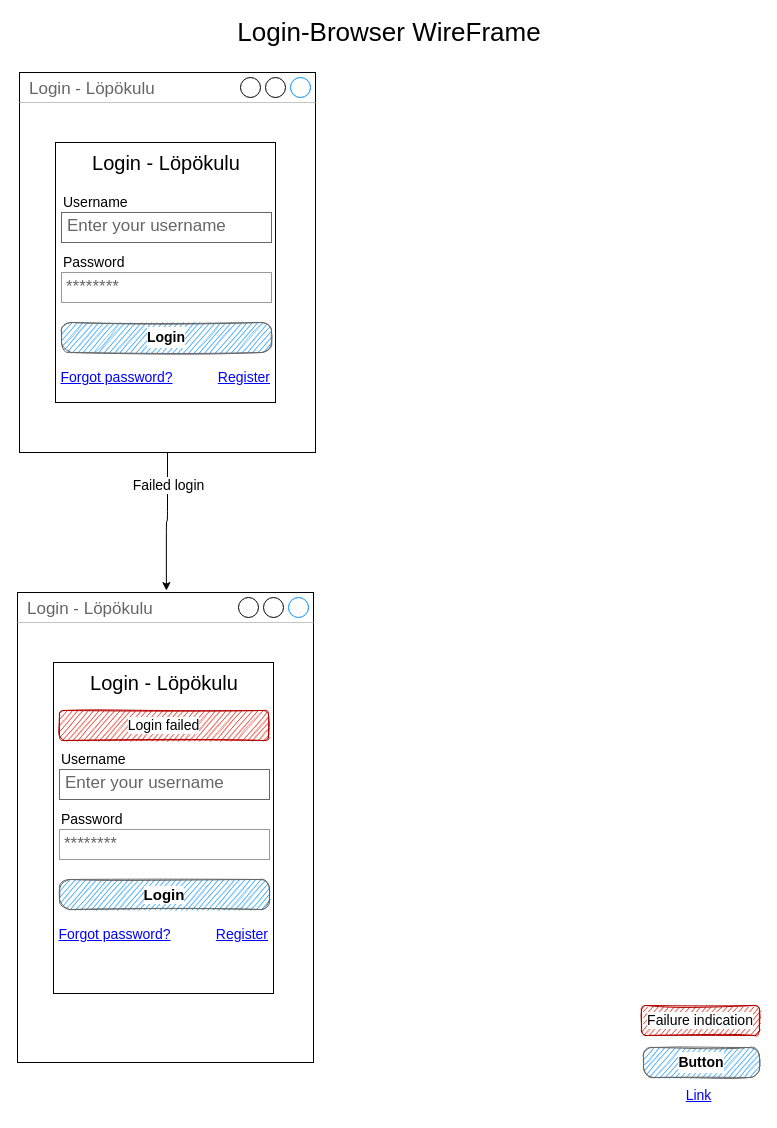
Before: documentation/ui/WF-login-browser.drawio in mtijas/lopokulu, a draw.io diagram. Source tidied: cells renumbered, new cells numbered last; positions are measured from the earlier drawing's top-left corner, leaving out a move shared by most shapes. Both pictures are drawn from the tidied source at 100%, with x=0, y=0 at pixel (17, 22).
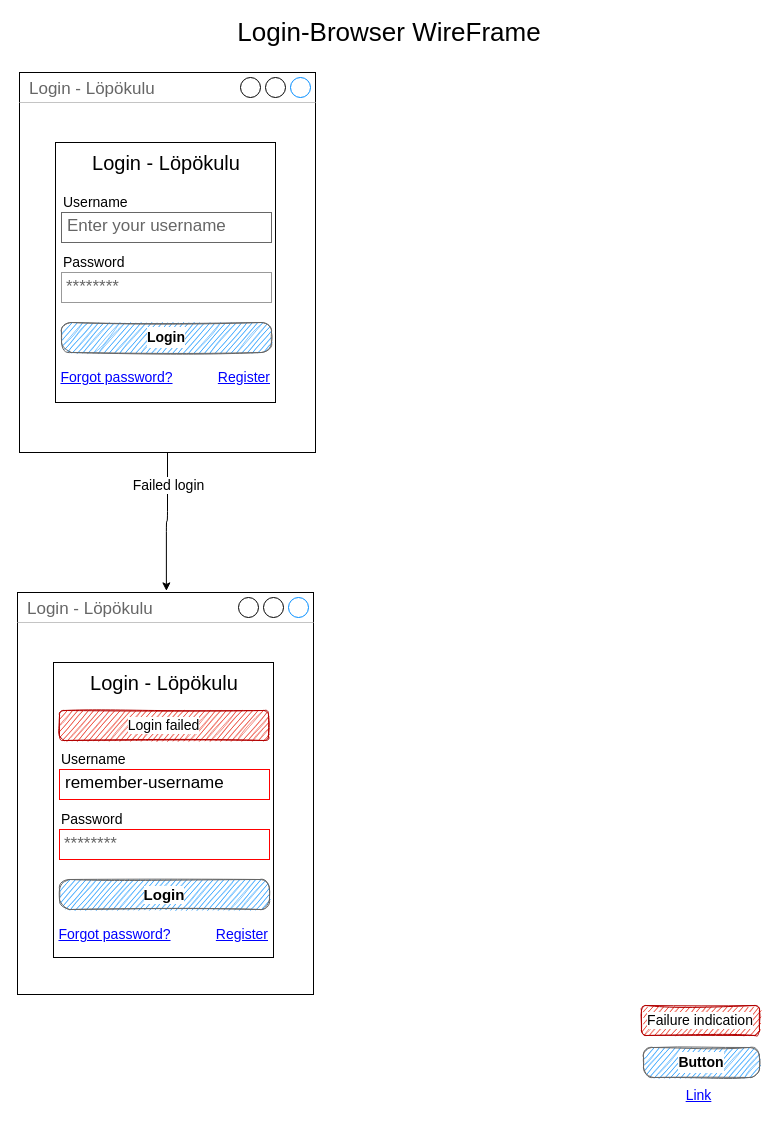
Above is the later version.

The change refers to these unchanged cells:
```xml
<mxCell id="17" style="group;" parent="1" vertex="1">
  <mxGeometry y="570" width="296" height="470" as="geometry" />
</mxCell>
```

Diff of the diagram source:
```diff
@@
     <mxCell id="18" value="Login - Löpökulu" style="strokeWidth=1;shadow=0;dashed=0;align=center;html=1;shape=mxgraph.mockup.containers.window;align=left;verticalAlign=top;spacingLeft=8;strokeColor2=#008cff;strokeColor3=#c4c4c4;fontColor=#666666;mainText=;fontSize=17;labelBackgroundColor=none;" parent="17" vertex="1">
-      <mxGeometry width="296" height="470" as="geometry" />
+      <mxGeometry width="296" height="402" as="geometry" />
     </mxCell>
     <mxCell id="19" style="rounded=0;whiteSpace=wrap;html=1;fontSize=26;align=center;" parent="17" vertex="1">
-      <mxGeometry x="36" y="70" width="220" height="331" as="geometry" />
+      <mxGeometry x="36" y="70" width="220" height="295" as="geometry" />
     </mxCell>
@@
-    <mxCell id="23" value="Enter your username" style="strokeWidth=1;shadow=0;dashed=0;align=center;html=1;shape=mxgraph.mockup.text.textBox;fontColor=#666666;align=left;fontSize=17;spacingLeft=4;spacingTop=-3;strokeColor=#666666;mainText=;" parent="17" vertex="1">
+    <mxCell id="23" value="&lt;font color=&quot;#000000&quot;&gt;remember-username&lt;/font&gt;" style="strokeWidth=1;shadow=0;dashed=0;align=center;html=1;shape=mxgraph.mockup.text.textBox;fontColor=#666666;align=left;fontSize=17;spacingLeft=4;spacingTop=-3;mainText=;strokeColor=#FF0000;" parent="17" vertex="1">
       <mxGeometry x="42" y="177" width="210" height="30" as="geometry" />
     </mxCell>
-    <mxCell id="24" value="********" style="strokeWidth=1;shadow=0;dashed=0;align=center;html=1;shape=mxgraph.mockup.forms.pwField;strokeColor=#999999;mainText=;align=left;fontColor=#666666;fontSize=17;spacingLeft=3;" parent="17" vertex="1">
+    <mxCell id="24" value="********" style="strokeWidth=1;shadow=0;dashed=0;align=center;html=1;shape=mxgraph.mockup.forms.pwField;mainText=;align=left;fontColor=#666666;fontSize=17;spacingLeft=3;strokeColor=#FF0000;" parent="17" vertex="1">
       <mxGeometry x="42" y="237" width="210" height="30" as="geometry" />
     </mxCell>
```
